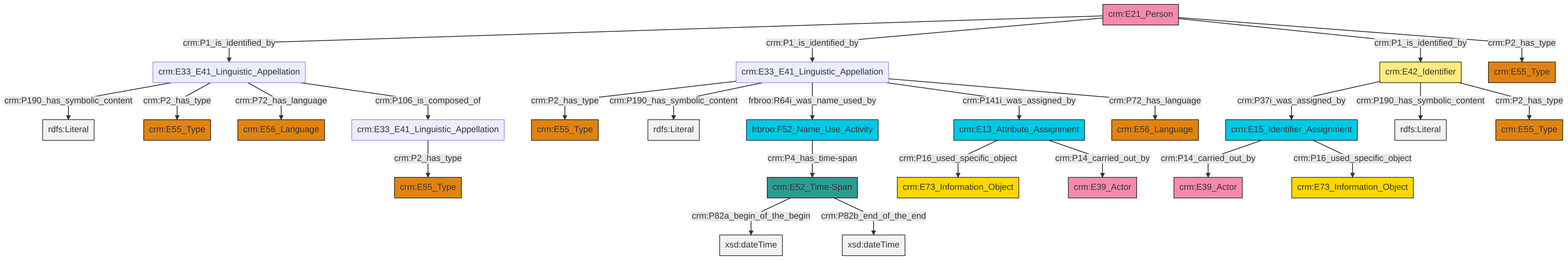
The Mermaid diagram et/personCSV/ttl/mmd/png/Person_Names_and_Classification.png in swiss-art-research-net/docs.swissartresearch, before a commit. Its source is kept beside it as et/personCSV/ttl/mmd/Person_Names_and_Classification.ttl.mmd.
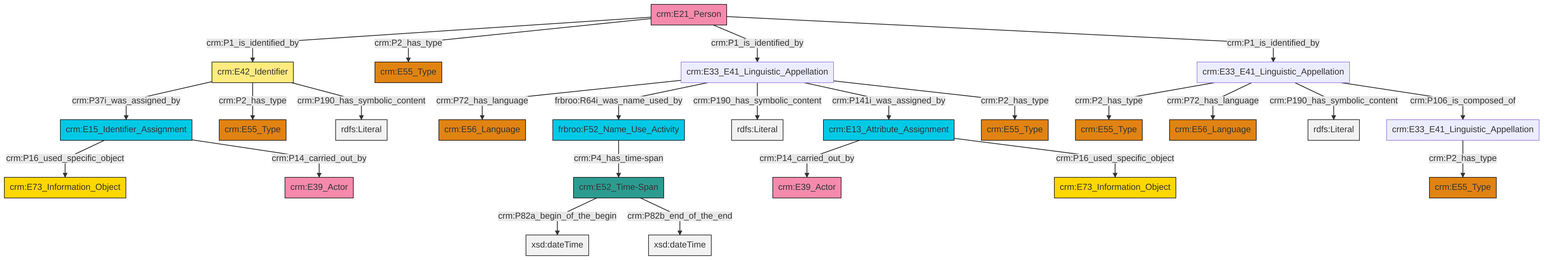
Later version of the same file.

Change to the diagram source:
```diff
@@ -13,27 +13,27 @@
 classDef PC_Classes fill:#4ce600, stroke:#000000;
 classDef Multi fill:#cccccc,stroke:#000000;
 
-0["crm:E42_Identifier"]:::Appellation -->|crm:P37i_was_assigned_by| 1["crm:E15_Identifier_Assignment"]:::Temporal_Entity
-1["crm:E15_Identifier_Assignment"]:::Temporal_Entity -->|crm:P14_carried_out_by| 4["crm:E39_Actor"]:::Actor
-7["crm:E52_Time-Span"]:::Time-Span -->|crm:P82a_begin_of_the_begin| 8[xsd:dateTime]:::Literal
-11["crm:E33_E41_Linguistic_Appellation"]:::Default -->|crm:P2_has_type| 12["crm:E55_Type"]:::Type
-2["crm:E33_E41_Linguistic_Appellation"]:::Default -->|crm:P190_has_symbolic_content| 13[rdfs:Literal]:::Literal
-0["crm:E42_Identifier"]:::Appellation -->|crm:P190_has_symbolic_content| 16[rdfs:Literal]:::Literal
-0["crm:E42_Identifier"]:::Appellation -->|crm:P2_has_type| 19["crm:E55_Type"]:::Type
-20["crm:E21_Person"]:::Actor -->|crm:P1_is_identified_by| 2["crm:E33_E41_Linguistic_Appellation"]:::Default
-21["crm:E33_E41_Linguistic_Appellation"]:::Default -->|crm:P2_has_type| 22["crm:E55_Type"]:::Type
-2["crm:E33_E41_Linguistic_Appellation"]:::Default -->|crm:P2_has_type| 14["crm:E55_Type"]:::Type
-11["crm:E33_E41_Linguistic_Appellation"]:::Default -->|crm:P190_has_symbolic_content| 25[rdfs:Literal]:::Literal
-11["crm:E33_E41_Linguistic_Appellation"]:::Default -->|frbroo:R64i_was_name_used_by| 30["frbroo:F52_Name_Use_Activity"]:::Temporal_Entity
-7["crm:E52_Time-Span"]:::Time-Span -->|crm:P82b_end_of_the_end| 31[xsd:dateTime]:::Literal
-20["crm:E21_Person"]:::Actor -->|crm:P1_is_identified_by| 11["crm:E33_E41_Linguistic_Appellation"]:::Default
-17["crm:E13_Attribute_Assignment"]:::Temporal_Entity -->|crm:P16_used_specific_object| 9["crm:E73_Information_Object"]:::Conceptual_Object
-30["frbroo:F52_Name_Use_Activity"]:::Temporal_Entity -->|crm:P4_has_time-span| 7["crm:E52_Time-Span"]:::Time-Span
-17["crm:E13_Attribute_Assignment"]:::Temporal_Entity -->|crm:P14_carried_out_by| 33["crm:E39_Actor"]:::Actor
-20["crm:E21_Person"]:::Actor -->|crm:P1_is_identified_by| 0["crm:E42_Identifier"]:::Appellation
-20["crm:E21_Person"]:::Actor -->|crm:P2_has_type| 5["crm:E55_Type"]:::Type
-11["crm:E33_E41_Linguistic_Appellation"]:::Default -->|crm:P141i_was_assigned_by| 17["crm:E13_Attribute_Assignment"]:::Temporal_Entity
-2["crm:E33_E41_Linguistic_Appellation"]:::Default -->|crm:P72_has_language| 34["crm:E56_Language"]:::Type
-11["crm:E33_E41_Linguistic_Appellation"]:::Default -->|crm:P72_has_language| 28["crm:E56_Language"]:::Type
-1["crm:E15_Identifier_Assignment"]:::Temporal_Entity -->|crm:P16_used_specific_object| 23["crm:E73_Information_Object"]:::Conceptual_Object
-2["crm:E33_E41_Linguistic_Appellation"]:::Default -->|crm:P106_is_composed_of| 21["crm:E33_E41_Linguistic_Appellation"]:::Default
+2["crm:E13_Attribute_Assignment"]:::Temporal_Entity -->|crm:P14_carried_out_by| 3["crm:E39_Actor"]:::Actor
+4["crm:E42_Identifier"]:::Appellation -->|crm:P37i_was_assigned_by| 5["crm:E15_Identifier_Assignment"]:::Temporal_Entity
+9["crm:E33_E41_Linguistic_Appellation"]:::Default -->|crm:P2_has_type| 10["crm:E55_Type"]:::Type
+9["crm:E33_E41_Linguistic_Appellation"]:::Default -->|crm:P72_has_language| 11["crm:E56_Language"]:::Type
+9["crm:E33_E41_Linguistic_Appellation"]:::Default -->|crm:P190_has_symbolic_content| 12[rdfs:Literal]:::Literal
+2["crm:E13_Attribute_Assignment"]:::Temporal_Entity -->|crm:P16_used_specific_object| 13["crm:E73_Information_Object"]:::Conceptual_Object
+5["crm:E15_Identifier_Assignment"]:::Temporal_Entity -->|crm:P16_used_specific_object| 14["crm:E73_Information_Object"]:::Conceptual_Object
+9["crm:E33_E41_Linguistic_Appellation"]:::Default -->|crm:P106_is_composed_of| 6["crm:E33_E41_Linguistic_Appellation"]:::Default
+16["crm:E21_Person"]:::Actor -->|crm:P1_is_identified_by| 4["crm:E42_Identifier"]:::Appellation
+0["crm:E52_Time-Span"]:::Time-Span -->|crm:P82a_begin_of_the_begin| 19[xsd:dateTime]:::Literal
+20["crm:E33_E41_Linguistic_Appellation"]:::Default -->|crm:P72_has_language| 21["crm:E56_Language"]:::Type
+4["crm:E42_Identifier"]:::Appellation -->|crm:P2_has_type| 17["crm:E55_Type"]:::Type
+16["crm:E21_Person"]:::Actor -->|crm:P2_has_type| 31["crm:E55_Type"]:::Type
+20["crm:E33_E41_Linguistic_Appellation"]:::Default -->|frbroo:R64i_was_name_used_by| 25["frbroo:F52_Name_Use_Activity"]:::Temporal_Entity
+20["crm:E33_E41_Linguistic_Appellation"]:::Default -->|crm:P190_has_symbolic_content| 38[rdfs:Literal]:::Literal
+16["crm:E21_Person"]:::Actor -->|crm:P1_is_identified_by| 20["crm:E33_E41_Linguistic_Appellation"]:::Default
+25["frbroo:F52_Name_Use_Activity"]:::Temporal_Entity -->|crm:P4_has_time-span| 0["crm:E52_Time-Span"]:::Time-Span
+20["crm:E33_E41_Linguistic_Appellation"]:::Default -->|crm:P141i_was_assigned_by| 2["crm:E13_Attribute_Assignment"]:::Temporal_Entity
+20["crm:E33_E41_Linguistic_Appellation"]:::Default -->|crm:P2_has_type| 22["crm:E55_Type"]:::Type
+0["crm:E52_Time-Span"]:::Time-Span -->|crm:P82b_end_of_the_end| 39[xsd:dateTime]:::Literal
+4["crm:E42_Identifier"]:::Appellation -->|crm:P190_has_symbolic_content| 40[rdfs:Literal]:::Literal
+16["crm:E21_Person"]:::Actor -->|crm:P1_is_identified_by| 9["crm:E33_E41_Linguistic_Appellation"]:::Default
+6["crm:E33_E41_Linguistic_Appellation"]:::Default -->|crm:P2_has_type| 42["crm:E55_Type"]:::Type
+5["crm:E15_Identifier_Assignment"]:::Temporal_Entity -->|crm:P14_carried_out_by| 35["crm:E39_Actor"]:::Actor
```
